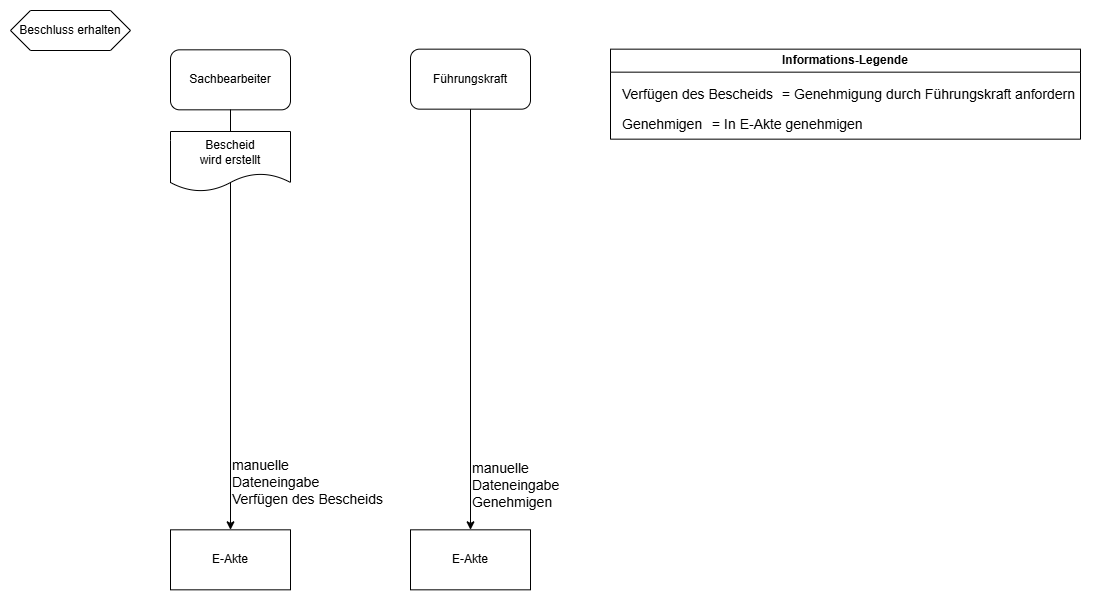
The draw.io diagram docs/src/about/dataflow-diagram/Angenommen-state.png in it-at-m/stadtbezirksbudget, before a commit. Source tidied: cells renumbered, new cells last; positions are measured from the earlier drawing's top-left corner, leaving out a move shared by most shapes.
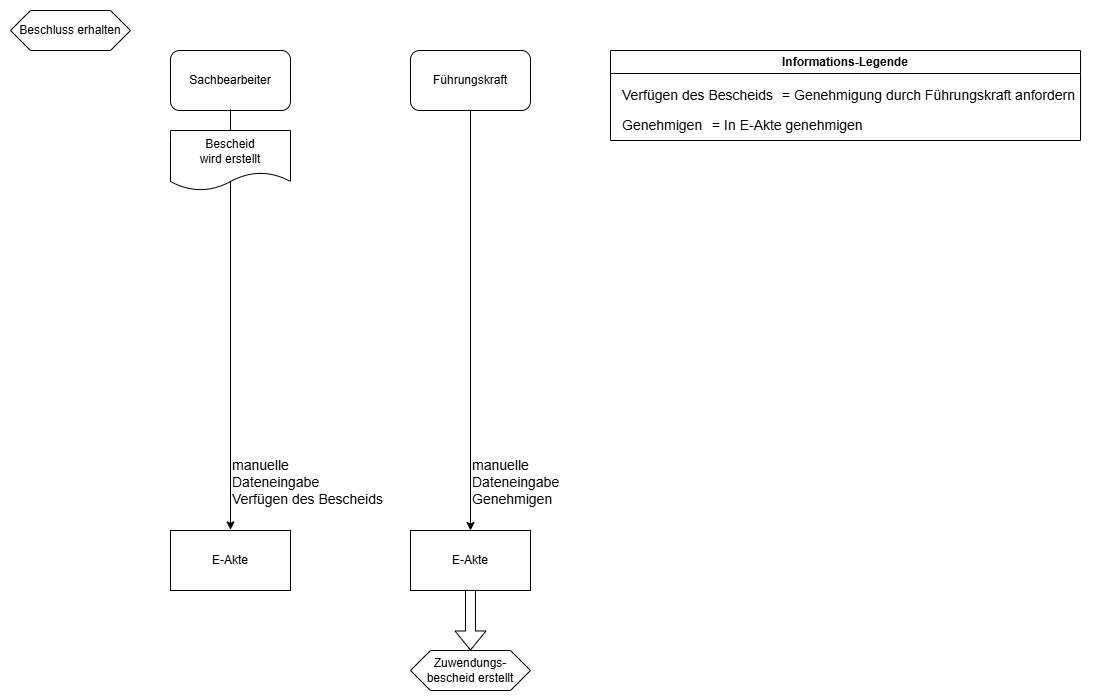
The same file after the commit.

The edit, as a diff of the source:
```diff
@@ -2,14 +2,19 @@
   <root>
     <mxCell id="0" />
     <mxCell id="1" parent="0" />
+    <mxCell id="18" style="edgeStyle=orthogonalEdgeStyle;rounded=0;orthogonalLoop=1;jettySize=auto;html=1;entryX=0.5;entryY=0;entryDx=0;entryDy=0;" parent="1" edge="1">
+      <mxGeometry relative="1" as="geometry">
+        <mxPoint x="820" y="760" as="targetPoint" />
+      </mxGeometry>
+    </mxCell>
     <mxCell id="2" value="Beschluss erhalten" style="shape=hexagon;perimeter=hexagonPerimeter2;whiteSpace=wrap;html=1;fixedSize=1;" parent="1" vertex="1">
-      <mxGeometry x="10" y="10" width="120" height="40" as="geometry" />
+      <mxGeometry x="40" y="80" width="120" height="40" as="geometry" />
     </mxCell>
     <mxCell id="3" value="Sachbearbeiter" style="rounded=1;whiteSpace=wrap;html=1;" parent="1" vertex="1">
-      <mxGeometry x="170" y="49.3" width="120" height="60" as="geometry" />
+      <mxGeometry x="200" y="120" width="120" height="60" as="geometry" />
     </mxCell>
     <mxCell id="4" value="Informations-Legende" style="swimlane;whiteSpace=wrap;html=1;" parent="1" vertex="1">
-      <mxGeometry x="610" y="48.7" width="470" height="90" as="geometry" />
+      <mxGeometry x="640" y="120" width="470" height="90" as="geometry" />
     </mxCell>
     <mxCell id="5" value="&lt;font style=&quot;font-size: 14px;&quot;&gt;=&lt;/font&gt;&lt;span style=&quot;font-size: 14px;&quot;&gt;&amp;nbsp;Genehmigung durch Führungskraft anfordern&lt;/span&gt;" style="text;html=1;align=left;verticalAlign=middle;strokeColor=none;fillColor=none;" parent="4" vertex="1">
       <mxGeometry x="170" y="30" width="320" height="30" as="geometry" />
@@ -23,35 +28,46 @@
     <mxCell id="8" value="&lt;div&gt;&lt;span style=&quot;font-size: 14px;&quot;&gt;Genehmigen&lt;/span&gt;&lt;/div&gt;" style="text;whiteSpace=wrap;html=1;" parent="4" vertex="1">
       <mxGeometry x="10" y="60" width="90" height="30" as="geometry" />
     </mxCell>
-    <mxCell id="9" value="E-Akte" style="rounded=0;whiteSpace=wrap;html=1;" parent="1" vertex="1">
-      <mxGeometry x="170" y="529.3" width="120" height="60" as="geometry" />
-    </mxCell>
-    <mxCell id="10" style="endArrow=classic;html=1;rounded=0;exitX=0.5;exitY=1;exitDx=0;exitDy=0;" parent="1" edge="1">
-      <mxGeometry relative="1" as="geometry">
-        <mxPoint x="230" y="109" as="sourcePoint" />
-        <mxPoint x="230" y="529.3" as="targetPoint" />
-      </mxGeometry>
-    </mxCell>
+    <mxCell id="19" value="E-Akte" style="rounded=0;whiteSpace=wrap;html=1;" parent="1" vertex="1">
+      <mxGeometry x="200" y="600" width="120" height="60" as="geometry" />
+    </mxCell>
+    <mxCell id="20" style="endArrow=classic;html=1;rounded=0;exitX=0.5;exitY=1;exitDx=0;exitDy=0;" parent="1" edge="1">
+      <mxGeometry relative="1" as="geometry">
+        <mxPoint x="260" y="179" as="sourcePoint" />
+        <mxPoint x="260" y="599.3" as="targetPoint" />
+      </mxGeometry>
+    </mxCell>
     <mxCell id="11" value="&lt;div&gt;&lt;font style=&quot;font-size: 14px;&quot;&gt;manuelle&lt;br&gt;&lt;/font&gt;&lt;/div&gt;&lt;div&gt;&lt;font style=&quot;font-size: 14px;&quot;&gt;Dateneingabe&lt;/font&gt;&lt;/div&gt;&lt;div&gt;&lt;font style=&quot;font-size: 14px;&quot;&gt;Verfügen des Bescheids&lt;/font&gt;&lt;/div&gt;" style="text;whiteSpace=wrap;html=1;" parent="1" vertex="1">
-      <mxGeometry x="230" y="450" width="170" height="50" as="geometry" />
+      <mxGeometry x="260" y="520" width="170" height="50" as="geometry" />
     </mxCell>
     <mxCell id="12" value="Führungskraft" style="rounded=1;whiteSpace=wrap;html=1;" parent="1" vertex="1">
-      <mxGeometry x="410" y="48.7" width="120" height="60" as="geometry" />
+      <mxGeometry x="440" y="120" width="120" height="60" as="geometry" />
     </mxCell>
-    <mxCell id="13" value="E-Akte" style="rounded=0;whiteSpace=wrap;html=1;" parent="1" vertex="1">
-      <mxGeometry x="410" y="529.3" width="120" height="60" as="geometry" />
-    </mxCell>
-    <mxCell id="14" style="endArrow=classic;html=1;rounded=0;exitX=0.5;exitY=1;exitDx=0;exitDy=0;entryX=0.5;entryY=0;entryDx=0;entryDy=0;" parent="1" edge="1" source="12" target="13">
-      <mxGeometry relative="1" as="geometry" />
-    </mxCell>
+    <mxCell id="21" style="endArrow=classic;html=1;rounded=0;exitX=0.5;exitY=1;exitDx=0;exitDy=0;entryX=0.5;entryY=0;entryDx=0;entryDy=0;" parent="1" edge="1" source="12">
+      <mxGeometry relative="1" as="geometry">
+        <mxPoint x="500" y="600" as="targetPoint" />
+      </mxGeometry>
+    </mxCell>
     <mxCell id="15" value="&lt;div&gt;&lt;font style=&quot;font-size: 14px;&quot;&gt;manuelle&lt;br&gt;&lt;/font&gt;&lt;/div&gt;&lt;div&gt;&lt;font style=&quot;font-size: 14px;&quot;&gt;Dateneingabe&lt;/font&gt;&lt;/div&gt;&lt;div&gt;&lt;font style=&quot;font-size: 14px;&quot;&gt;Genehmigen&lt;/font&gt;&lt;/div&gt;" style="text;whiteSpace=wrap;html=1;" parent="1" vertex="1">
-      <mxGeometry x="470" y="452.7" width="120" height="50" as="geometry" />
+      <mxGeometry x="500" y="520" width="120" height="50" as="geometry" />
     </mxCell>
     <mxCell id="16" value="Bescheid&lt;div&gt;wird erstellt&lt;/div&gt;" style="shape=document;whiteSpace=wrap;html=1;boundedLbl=1;" parent="1" vertex="1">
-      <mxGeometry x="170" y="131" width="120" height="60" as="geometry" />
+      <mxGeometry x="200" y="200" width="120" height="60" as="geometry" />
     </mxCell>
-    <mxCell id="17" style="rounded=0;whiteSpace=wrap;html=1;fillColor=none;strokeColor=none;" parent="1" vertex="1">
-      <mxGeometry width="1090" height="600" as="geometry" />
-    </mxCell>
+    <mxCell id="22" style="shape=flexArrow;endArrow=classic;html=1;rounded=0;entryX=0.5;entryY=0;entryDx=0;entryDy=0;" parent="1" edge="1">
+      <mxGeometry relative="1" as="geometry">
+        <mxPoint x="500" y="640" as="sourcePoint" />
+        <mxPoint x="500" y="720" as="targetPoint" />
+      </mxGeometry>
+    </mxCell>
+    <mxCell id="23" value="Zuwendungs-&lt;div&gt;bescheid erstellt&lt;/div&gt;" style="shape=hexagon;perimeter=hexagonPerimeter2;whiteSpace=wrap;html=1;fixedSize=1;" parent="1" vertex="1">
+      <mxGeometry x="440" y="720" width="120" height="40" as="geometry" />
+    </mxCell>
+    <mxCell id="24" value="E-Akte" style="rounded=0;whiteSpace=wrap;html=1;" parent="1" vertex="1">
+      <mxGeometry x="440" y="600" width="120" height="60" as="geometry" />
+    </mxCell>
+    <mxCell id="25" style="rounded=0;whiteSpace=wrap;html=1;fillColor=none;strokeColor=none;" parent="1" vertex="1">
+      <mxGeometry x="30" y="70" width="1090" height="700" as="geometry" />
+    </mxCell>
   </root>
 </mxGraphModel>
```
